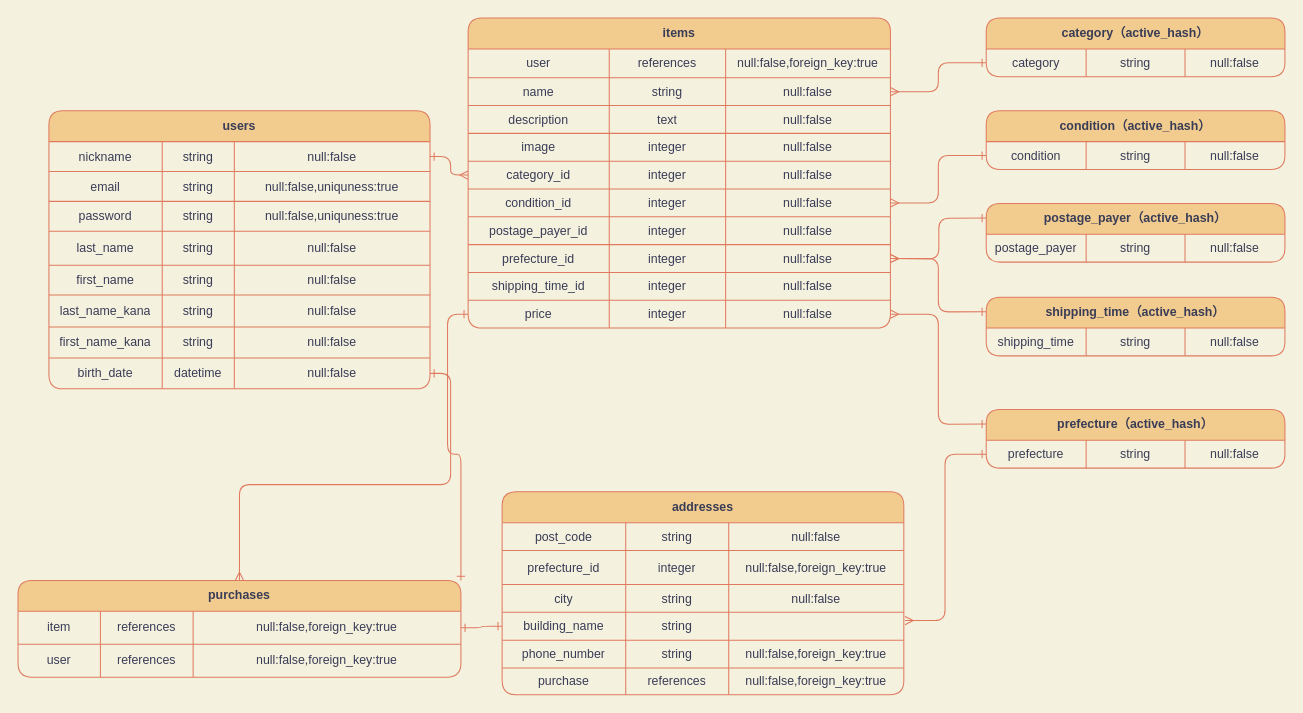
The draw.io diagram furima.dio in inpachi-yume/furima-29851, before the edit. Source tidied: cells renumbered, new cells numbered last; positions are measured from the earlier drawing's top-left corner, leaving out a move shared by most shapes. Both pictures are drawn from the tidied source at 103%, with x=0, y=0 at pixel (18, 18).
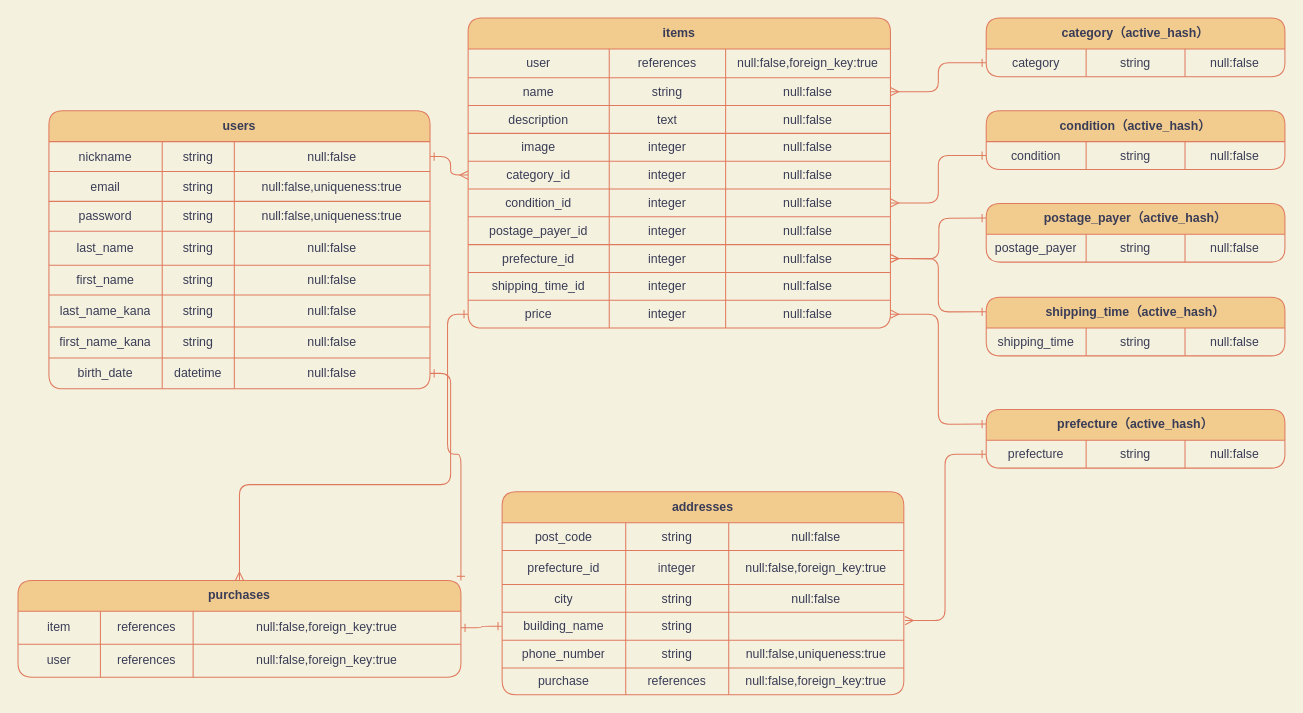
The same page after the edit.

Unchanged cells that the change refers to:
```xml
<mxCell id="20" style="shape=partialRectangle;html=1;whiteSpace=wrap;fillColor=none;top=0;left=0;bottom=0;right=0;rounded=1;strokeColor=#E07A5F;fontColor=#393C56;" parent="3" vertex="1">
  <mxGeometry y="144" width="390" height="27" as="geometry" />
</mxCell>
<mxCell id="117" style="shape=partialRectangle;html=1;whiteSpace=wrap;fillColor=none;top=0;left=0;bottom=0;right=0;rounded=1;strokeColor=#E07A5F;fontColor=#393C56;" parent="112" vertex="1">
  <mxGeometry y="59" width="370" height="29" as="geometry" />
</mxCell>
<mxCell id="121" style="shape=partialRectangle;html=1;whiteSpace=wrap;fillColor=none;top=0;left=0;bottom=0;right=0;rounded=1;strokeColor=#E07A5F;fontColor=#393C56;" parent="112" vertex="1">
  <mxGeometry y="88" width="370" height="29" as="geometry" />
</mxCell>
```

Change to the diagram source:
```diff
@@
-    <mxCell id="23" value="&lt;span&gt;null:false,foreign_key:true&lt;/span&gt;" style="shape=partialRectangle;html=1;whiteSpace=wrap;fillColor=none;top=0;left=0;bottom=0;right=0;overflow=hidden;rounded=1;strokeColor=#E07A5F;fontColor=#393C56;" parent="20" vertex="1">
+    <mxCell id="23" value="&lt;span&gt;null:false,uniqueness:true&lt;/span&gt;" style="shape=partialRectangle;html=1;whiteSpace=wrap;fillColor=none;top=0;left=0;bottom=0;right=0;overflow=hidden;rounded=1;strokeColor=#E07A5F;fontColor=#393C56;" parent="20" vertex="1">
       <mxGeometry x="220" width="170" height="27" as="geometry" />
     </mxCell>
@@
-    <mxCell id="120" value="null:false,uniquness:true" style="shape=partialRectangle;html=1;whiteSpace=wrap;fillColor=none;top=0;left=0;bottom=0;right=0;overflow=hidden;rounded=1;strokeColor=#E07A5F;fontColor=#393C56;" parent="117" vertex="1">
+    <mxCell id="120" value="null:false,uniqueness:true" style="shape=partialRectangle;html=1;whiteSpace=wrap;fillColor=none;top=0;left=0;bottom=0;right=0;overflow=hidden;rounded=1;strokeColor=#E07A5F;fontColor=#393C56;" parent="117" vertex="1">
       <mxGeometry x="180" width="190" height="29" as="geometry" />
     </mxCell>
@@
-    <mxCell id="124" value="&lt;span&gt;null:false,uniquness:true&lt;/span&gt;" style="shape=partialRectangle;html=1;whiteSpace=wrap;fillColor=none;top=0;left=0;bottom=0;right=0;overflow=hidden;rounded=1;strokeColor=#E07A5F;fontColor=#393C56;" parent="121" vertex="1">
+    <mxCell id="124" value="&lt;span&gt;null:false,uniqueness:true&lt;/span&gt;" style="shape=partialRectangle;html=1;whiteSpace=wrap;fillColor=none;top=0;left=0;bottom=0;right=0;overflow=hidden;rounded=1;strokeColor=#E07A5F;fontColor=#393C56;" parent="121" vertex="1">
       <mxGeometry x="180" width="190" height="29" as="geometry" />
     </mxCell>
```
